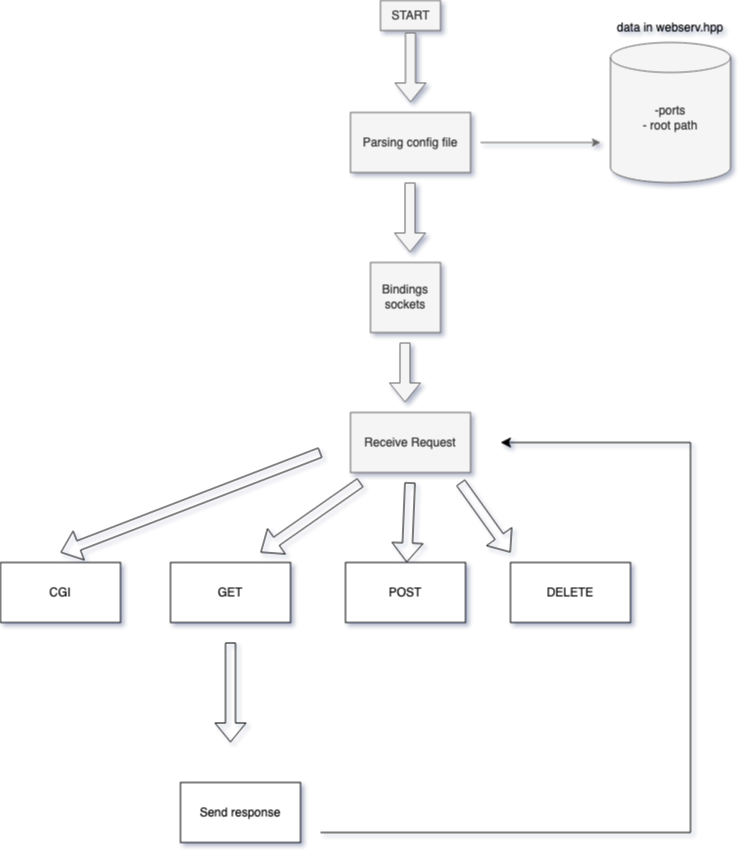
es4nchez/webserv keeps this draw.io diagram as Diagram Webserv.drawio.png. Above is the earlier version. Source tidied: cells renumbered, new cells last; positions are measured from the earlier drawing's top-left corner, leaving out a move shared by most shapes.
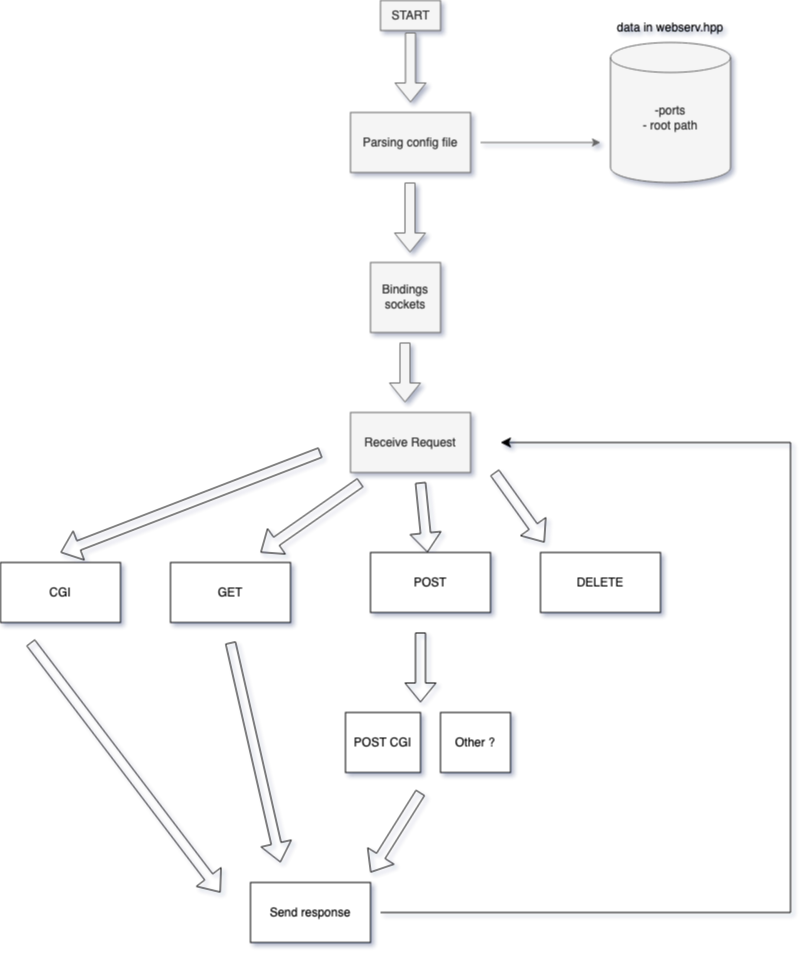
Later version of the same file.

Commit message:
Mettre à jour Diagram Webserv.drawio.png

The edit, as a diff of the source:
```diff
@@ -52,23 +52,23 @@
     </mxCell>
     <mxCell id="13" style="shape=flexArrow;endArrow=classic;html=1;rounded=0;" parent="1" edge="1" target="15">
       <mxGeometry relative="1" as="geometry">
-        <mxPoint x="409.5" y="482" as="sourcePoint" />
+        <mxPoint x="420" y="482" as="sourcePoint" />
       </mxGeometry>
     </mxCell>
     <mxCell id="14" style="shape=flexArrow;endArrow=classic;html=1;rounded=0;" parent="1" edge="1">
       <mxGeometry relative="1" as="geometry">
-        <mxPoint x="460" y="482" as="sourcePoint" />
-        <mxPoint x="510" y="552" as="targetPoint" />
+        <mxPoint x="494" y="472" as="sourcePoint" />
+        <mxPoint x="544" y="542" as="targetPoint" />
       </mxGeometry>
     </mxCell>
     <mxCell id="15" value="&lt;div&gt;POST&lt;/div&gt;" style="rounded=0;whiteSpace=wrap;html=1;" parent="1" vertex="1">
-      <mxGeometry x="345" y="562" width="120" height="60" as="geometry" />
+      <mxGeometry x="370" y="552" width="120" height="60" as="geometry" />
     </mxCell>
     <mxCell id="16" value="&lt;div&gt;&lt;br&gt;&lt;/div&gt;&lt;div&gt;GET&lt;/div&gt;&lt;div&gt;&lt;br&gt;&lt;/div&gt;" style="rounded=0;whiteSpace=wrap;html=1;" parent="1" vertex="1">
       <mxGeometry x="170" y="562" width="120" height="60" as="geometry" />
     </mxCell>
     <mxCell id="17" value="DELETE" style="rounded=0;whiteSpace=wrap;html=1;" parent="1" vertex="1">
-      <mxGeometry x="510" y="562" width="120" height="60" as="geometry" />
+      <mxGeometry x="540" y="552" width="120" height="60" as="geometry" />
     </mxCell>
     <mxCell id="18" style="shape=flexArrow;endArrow=classic;html=1;rounded=0;" parent="1" edge="1">
       <mxGeometry relative="1" as="geometry">
@@ -82,20 +82,45 @@
     <mxCell id="20" style="shape=flexArrow;endArrow=classic;html=1;rounded=0;" parent="1" edge="1">
       <mxGeometry relative="1" as="geometry">
         <mxPoint x="230" y="642" as="sourcePoint" />
-        <mxPoint x="230" y="742" as="targetPoint" />
+        <mxPoint x="280" y="862" as="targetPoint" />
       </mxGeometry>
     </mxCell>
     <mxCell id="21" style="edgeStyle=segmentEdgeStyle;endArrow=classic;html=1;curved=0;rounded=0;endSize=8;startSize=8;" parent="1" edge="1">
       <mxGeometry relative="1" as="geometry">
-        <mxPoint x="320" y="832" as="sourcePoint" />
+        <mxPoint x="380" y="912" as="sourcePoint" />
         <mxPoint x="500" y="442" as="targetPoint" />
         <Array as="points">
-          <mxPoint x="690" y="832" />
+          <mxPoint x="790" y="912" />
+          <mxPoint x="790" y="442" />
         </Array>
       </mxGeometry>
     </mxCell>
     <mxCell id="22" value="&lt;div&gt;Send response&lt;/div&gt;" style="rounded=0;whiteSpace=wrap;html=1;" parent="1" vertex="1">
-      <mxGeometry x="180" y="782" width="120" height="60" as="geometry" />
+      <mxGeometry x="250" y="882" width="120" height="60" as="geometry" />
     </mxCell>
+    <mxCell id="23" style="shape=flexArrow;endArrow=classic;html=1;rounded=0;" parent="1" edge="1">
+      <mxGeometry relative="1" as="geometry">
+        <mxPoint x="420" y="632" as="sourcePoint" />
+        <mxPoint x="420" y="702" as="targetPoint" />
+      </mxGeometry>
+    </mxCell>
+    <mxCell id="24" value="POST CGI" style="rounded=0;whiteSpace=wrap;html=1;" parent="1" vertex="1">
+      <mxGeometry x="345" y="712" width="75" height="60" as="geometry" />
+    </mxCell>
+    <mxCell id="25" value="Other ?" style="rounded=0;whiteSpace=wrap;html=1;" parent="1" vertex="1">
+      <mxGeometry x="440" y="712" width="70" height="60" as="geometry" />
+    </mxCell>
+    <mxCell id="26" style="shape=flexArrow;endArrow=classic;html=1;rounded=0;" parent="1" edge="1">
+      <mxGeometry relative="1" as="geometry">
+        <mxPoint x="420" y="792" as="sourcePoint" />
+        <mxPoint x="370" y="872" as="targetPoint" />
+      </mxGeometry>
+    </mxCell>
+    <mxCell id="27" style="shape=flexArrow;endArrow=classic;html=1;rounded=0;" parent="1" edge="1">
+      <mxGeometry relative="1" as="geometry">
+        <mxPoint x="30" y="642" as="sourcePoint" />
+        <mxPoint x="220" y="892" as="targetPoint" />
+      </mxGeometry>
+    </mxCell>
   </root>
 </mxGraphModel>
```
